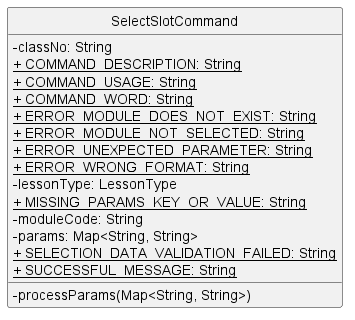
This is docs/images/SelectSlotCommandClass.png from nus-cs2113-AY2223S1/tp, a PlantUML export, as it was before one commit. The source it was exported from:
```plantuml
@startuml
hide circle
skinparam classAttributeIconSize 0

class SelectSlotCommand {
    - classNo: String
    <u>+ COMMAND_DESCRIPTION: String
    <u>+ COMMAND_USAGE: String
    <u>+ COMMAND_WORD: String
    <u>+ ERROR_MODULE_DOES_NOT_EXIST: String
    <u>+ ERROR_MODULE_NOT_SELECTED: String
    <u>+ ERROR_UNEXPECTED_PARAMETER: String
    <u>+ ERROR_WRONG_FORMAT: String
    - lessonType: LessonType
    <u>+ MISSING_PARAMS_KEY_OR_VALUE: String
    - moduleCode: String
    - params: Map<String, String>
    <u>+ SELECTION_DATA_VALIDATION_FAILED: String
    <u>+ SUCCESSFUL_MESSAGE: String

    - processParams(Map<String, String>)
}

@enduml
```
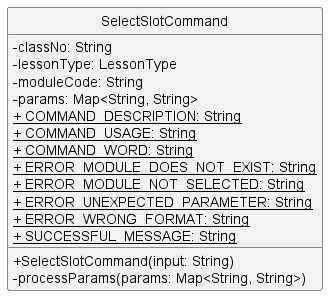
Later version of the same file.

Diff of the diagram source:
```diff
@@ -4,6 +4,9 @@
 
 class SelectSlotCommand {
     - classNo: String
+    - lessonType: LessonType
+    - moduleCode: String
+    - params: Map<String, String>
     <u>+ COMMAND_DESCRIPTION: String
     <u>+ COMMAND_USAGE: String
     <u>+ COMMAND_WORD: String
@@ -11,14 +14,10 @@
     <u>+ ERROR_MODULE_NOT_SELECTED: String
     <u>+ ERROR_UNEXPECTED_PARAMETER: String
     <u>+ ERROR_WRONG_FORMAT: String
-    - lessonType: LessonType
-    <u>+ MISSING_PARAMS_KEY_OR_VALUE: String
-    - moduleCode: String
-    - params: Map<String, String>
-    <u>+ SELECTION_DATA_VALIDATION_FAILED: String
     <u>+ SUCCESSFUL_MESSAGE: String
 
-    - processParams(Map<String, String>)
+    + SelectSlotCommand(input: String)
+    - processParams(params: Map<String, String>)
 }
 
 @enduml
```
